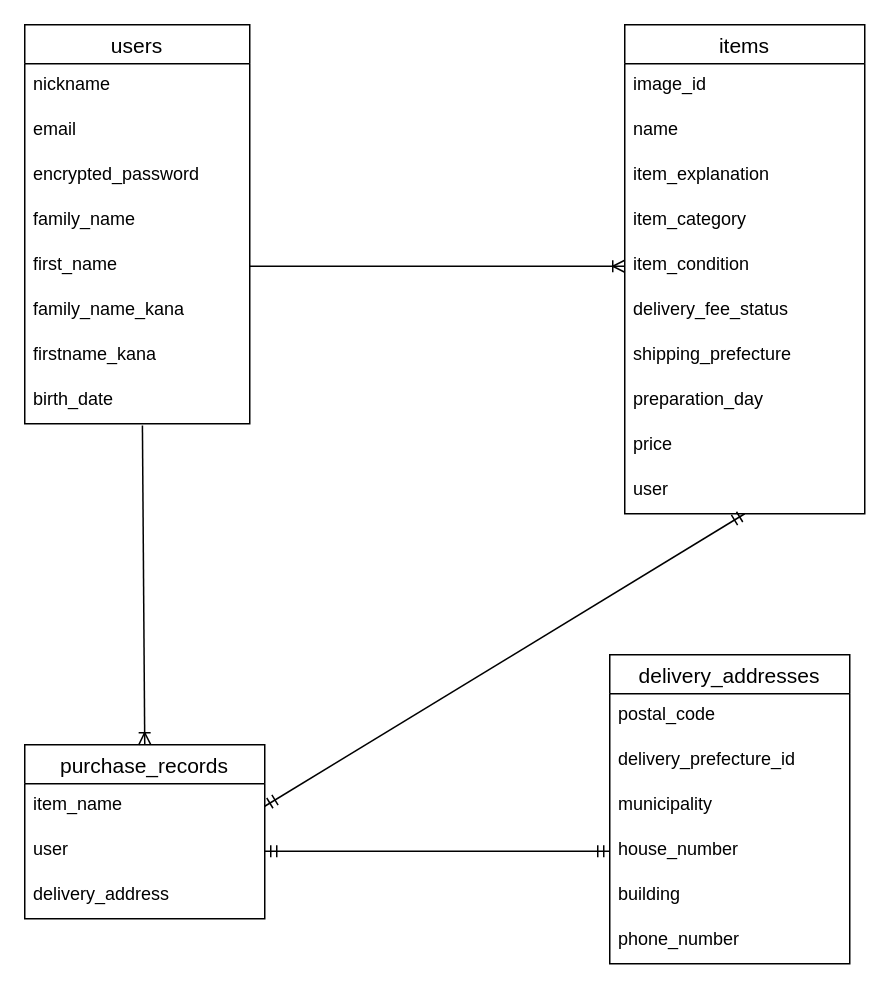
Above: furima_31773.dio in hide-sugi/furima-31773 (draw.io), before the change. Source tidied: cells renumbered, new cells numbered last; positions are measured from the earlier drawing's top-left corner, leaving out a move shared by most shapes. Both pictures are drawn from the tidied source at 150%, with x=0, y=0 at pixel (24, 24).
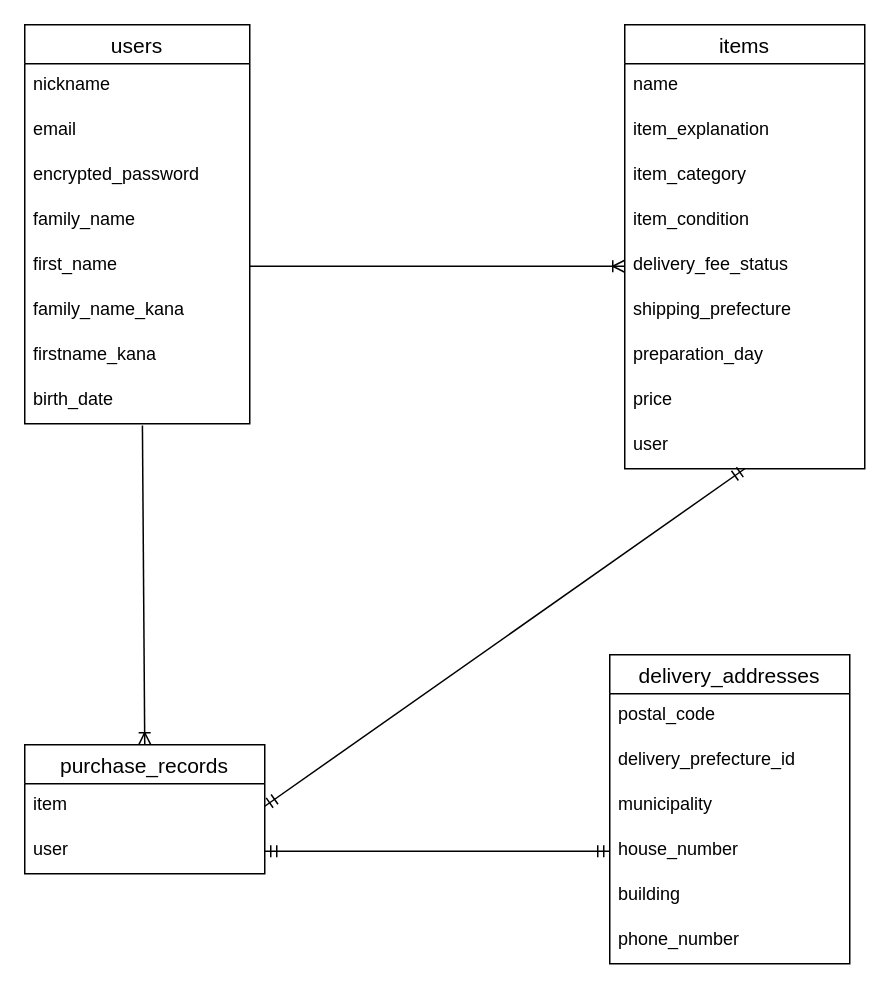
After the change.

Commit message (it also covers changes not shown here):
READMEとER図の修正2

The change refers to these unchanged cells:
```xml
<mxCell id="7" value="first_name" style="text;strokeColor=none;fillColor=none;spacingLeft=4;spacingRight=4;overflow=hidden;points=[[0,0.5],[1,0.5]];portConstraint=eastwest;fontSize=12;" parent="2" vertex="1">
  <mxGeometry y="146" width="150" height="30" as="geometry" />
</mxCell>
```

Diff of the diagram source:
```diff
@@
     <mxCell id="12" value="items" style="swimlane;fontStyle=0;horizontal=1;startSize=26;align=center;fontSize=14;" parent="1" vertex="1">
-      <mxGeometry x="400" width="160" height="326" as="geometry" />
+      <mxGeometry x="400" width="160" height="296" as="geometry" />
     </mxCell>
-    <mxCell id="13" value="image_id" style="text;strokeColor=none;fillColor=none;spacingLeft=4;spacingRight=4;overflow=hidden;fontSize=12;" parent="12" vertex="1">
-      <mxGeometry y="26" width="160" height="30" as="geometry" />
-    </mxCell>
     <mxCell id="14" value="name" style="text;strokeColor=none;fillColor=none;spacingLeft=4;spacingRight=4;overflow=hidden;fontSize=12;" parent="12" vertex="1">
-      <mxGeometry y="56" width="160" height="30" as="geometry" />
+      <mxGeometry y="26" width="160" height="30" as="geometry" />
     </mxCell>
     <mxCell id="15" value="item_explanation" style="text;strokeColor=none;fillColor=none;spacingLeft=4;spacingRight=4;overflow=hidden;fontSize=12;" parent="12" vertex="1">
-      <mxGeometry y="86" width="160" height="30" as="geometry" />
+      <mxGeometry y="56" width="160" height="30" as="geometry" />
     </mxCell>
     <mxCell id="16" value="item_category" style="text;strokeColor=none;fillColor=none;spacingLeft=4;spacingRight=4;overflow=hidden;fontSize=12;" parent="12" vertex="1">
-      <mxGeometry y="116" width="160" height="30" as="geometry" />
+      <mxGeometry y="86" width="160" height="30" as="geometry" />
     </mxCell>
     <mxCell id="17" value="item_condition" style="text;strokeColor=none;fillColor=none;spacingLeft=4;spacingRight=4;overflow=hidden;points=[[0,0.5],[1,0.5]];portConstraint=eastwest;fontSize=12;" parent="12" vertex="1">
-      <mxGeometry y="146" width="160" height="30" as="geometry" />
+      <mxGeometry y="116" width="160" height="30" as="geometry" />
     </mxCell>
     <mxCell id="18" value="delivery_fee_status" style="text;strokeColor=none;fillColor=none;spacingLeft=4;spacingRight=4;overflow=hidden;points=[[0,0.5],[1,0.5]];portConstraint=eastwest;fontSize=12;" parent="12" vertex="1">
-      <mxGeometry y="176" width="160" height="30" as="geometry" />
+      <mxGeometry y="146" width="160" height="30" as="geometry" />
     </mxCell>
     <mxCell id="19" value="shipping_prefecture" style="text;strokeColor=none;fillColor=none;spacingLeft=4;spacingRight=4;overflow=hidden;fontSize=12;" parent="12" vertex="1">
-      <mxGeometry y="206" width="160" height="30" as="geometry" />
+      <mxGeometry y="176" width="160" height="30" as="geometry" />
     </mxCell>
     <mxCell id="20" value="preparation_day" style="text;strokeColor=none;fillColor=none;spacingLeft=4;spacingRight=4;overflow=hidden;fontSize=12;" parent="12" vertex="1">
-      <mxGeometry y="236" width="160" height="30" as="geometry" />
+      <mxGeometry y="206" width="160" height="30" as="geometry" />
     </mxCell>
     <mxCell id="21" value="price" style="text;strokeColor=none;fillColor=none;spacingLeft=4;spacingRight=4;overflow=hidden;fontSize=12;" parent="12" vertex="1">
-      <mxGeometry y="266" width="160" height="30" as="geometry" />
+      <mxGeometry y="236" width="160" height="30" as="geometry" />
     </mxCell>
     <mxCell id="22" value="user" style="text;strokeColor=none;fillColor=none;spacingLeft=4;spacingRight=4;overflow=hidden;fontSize=12;" parent="12" vertex="1">
-      <mxGeometry y="296" width="160" height="30" as="geometry" />
+      <mxGeometry y="266" width="160" height="30" as="geometry" />
     </mxCell>
-    <mxCell id="23" style="edgeStyle=entityRelationEdgeStyle;fontSize=12;html=1;endArrow=ERoneToMany;exitX=1;exitY=0.5;exitDx=0;exitDy=0;entryX=0;entryY=0.5;entryDx=0;entryDy=0;" parent="1" edge="1" source="7" target="17">
+    <mxCell id="23" style="edgeStyle=entityRelationEdgeStyle;fontSize=12;html=1;endArrow=ERoneToMany;exitX=1;exitY=0.5;exitDx=0;exitDy=0;entryX=0;entryY=0.5;entryDx=0;entryDy=0;" parent="1" edge="1" source="7" target="18">
       <mxGeometry relative="1" as="geometry" />
     </mxCell>
     <mxCell id="24" value="purchase_records" style="swimlane;fontStyle=0;horizontal=1;startSize=26;align=center;fontSize=14;" parent="1" vertex="1">
-      <mxGeometry y="480" width="160" height="116" as="geometry" />
+      <mxGeometry y="480" width="160" height="86" as="geometry" />
     </mxCell>
-    <mxCell id="25" value="item_name" style="text;strokeColor=none;fillColor=none;spacingLeft=4;spacingRight=4;overflow=hidden;fontSize=12;" parent="24" vertex="1">
+    <mxCell id="25" value="item" style="text;strokeColor=none;fillColor=none;spacingLeft=4;spacingRight=4;overflow=hidden;fontSize=12;" parent="24" vertex="1">
       <mxGeometry y="26" width="160" height="30" as="geometry" />
     </mxCell>
@@
-    <mxCell id="27" value="delivery_address" style="text;strokeColor=none;fillColor=none;spacingLeft=4;spacingRight=4;overflow=hidden;fontSize=12;" parent="24" vertex="1">
-      <mxGeometry y="86" width="160" height="30" as="geometry" />
-    </mxCell>
```
